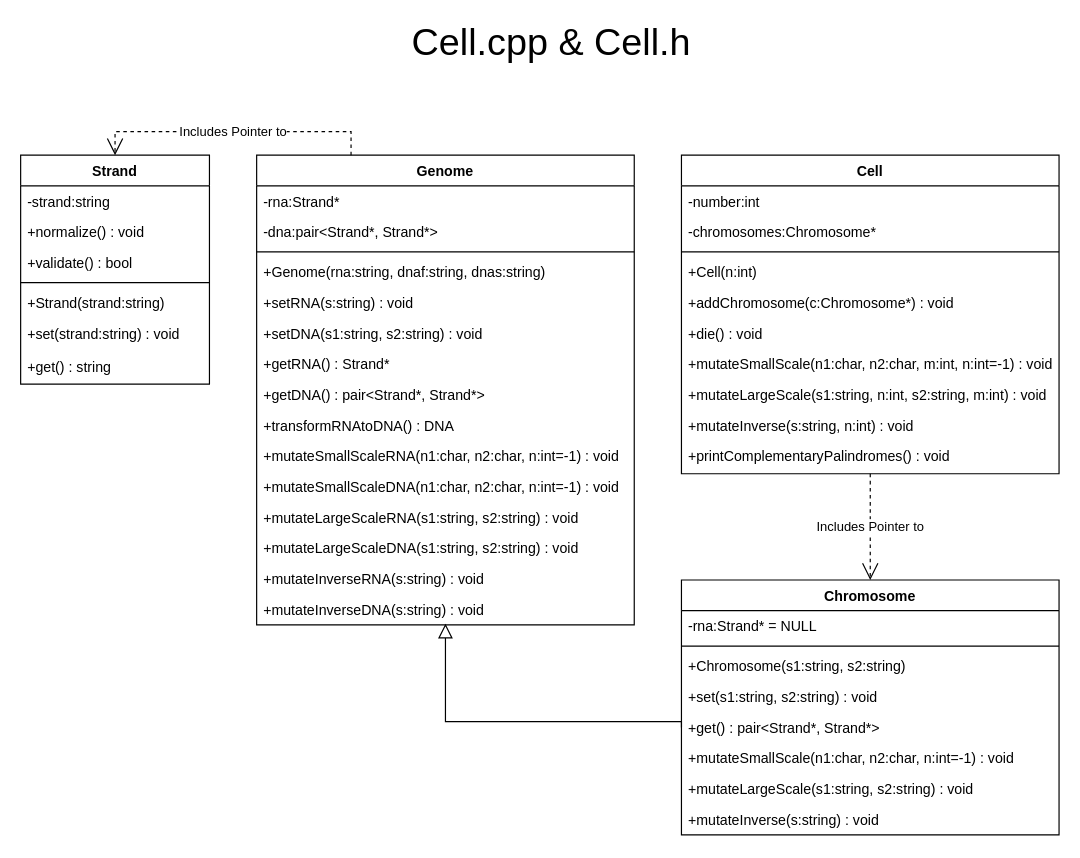
Before: architecture/programs/Cell.drawio in k-forghani/class-of-life, a draw.io diagram. Source tidied: cells renumbered, new cells numbered last; positions are measured from the earlier drawing's top-left corner, leaving out a move shared by most shapes. Both pictures are drawn from the tidied source at 118%, with x=0, y=0 at pixel (20, 25).
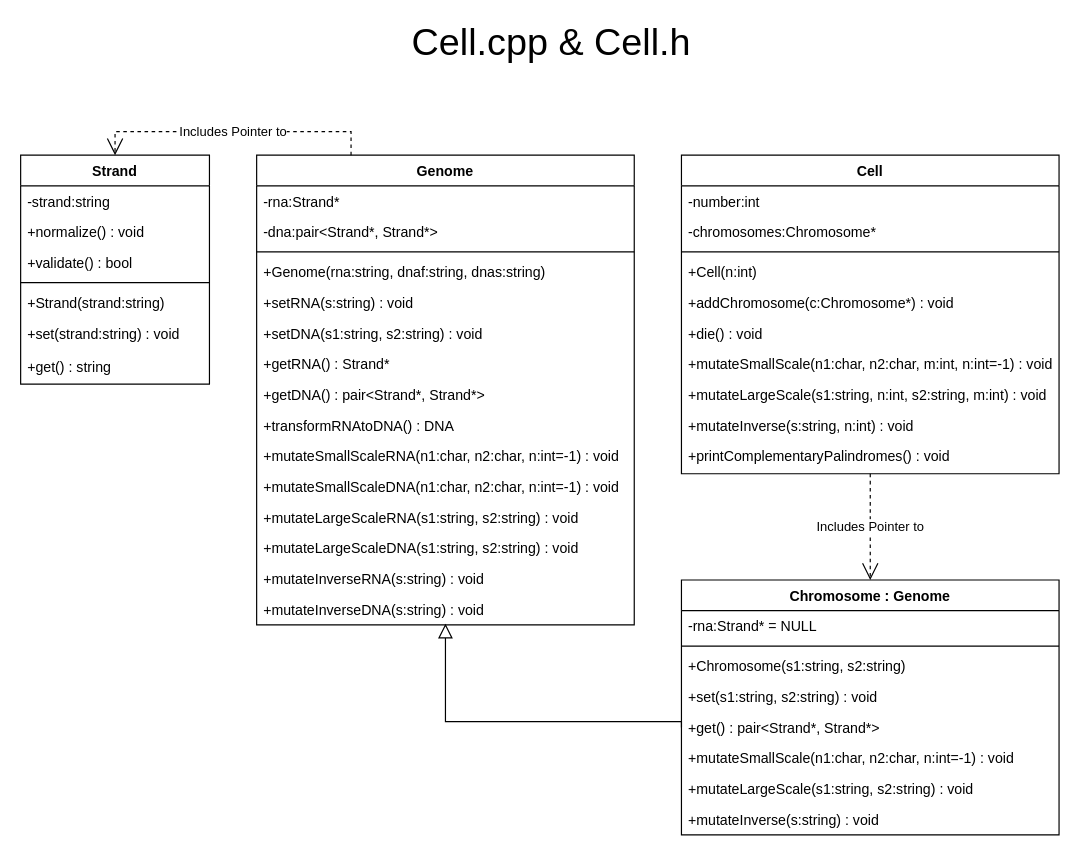
Above is the later version.

Commit message (it also covers changes not shown here):
Added initial architecture of Animal

What changed in the source:
```diff
@@
-    <mxCell id="18" value="Chromosome" style="swimlane;fontStyle=1;align=center;verticalAlign=top;horizontal=1;startSize=26;rounded=0;shadow=0;strokeWidth=1;" parent="1" vertex="1">
+    <mxCell id="18" value="Chromosome : Genome" style="swimlane;fontStyle=1;align=center;verticalAlign=top;horizontal=1;startSize=26;rounded=0;shadow=0;strokeWidth=1;" parent="1" vertex="1">
       <mxGeometry x="560" y="470" width="320" height="216" as="geometry" />
     </mxCell>
```
